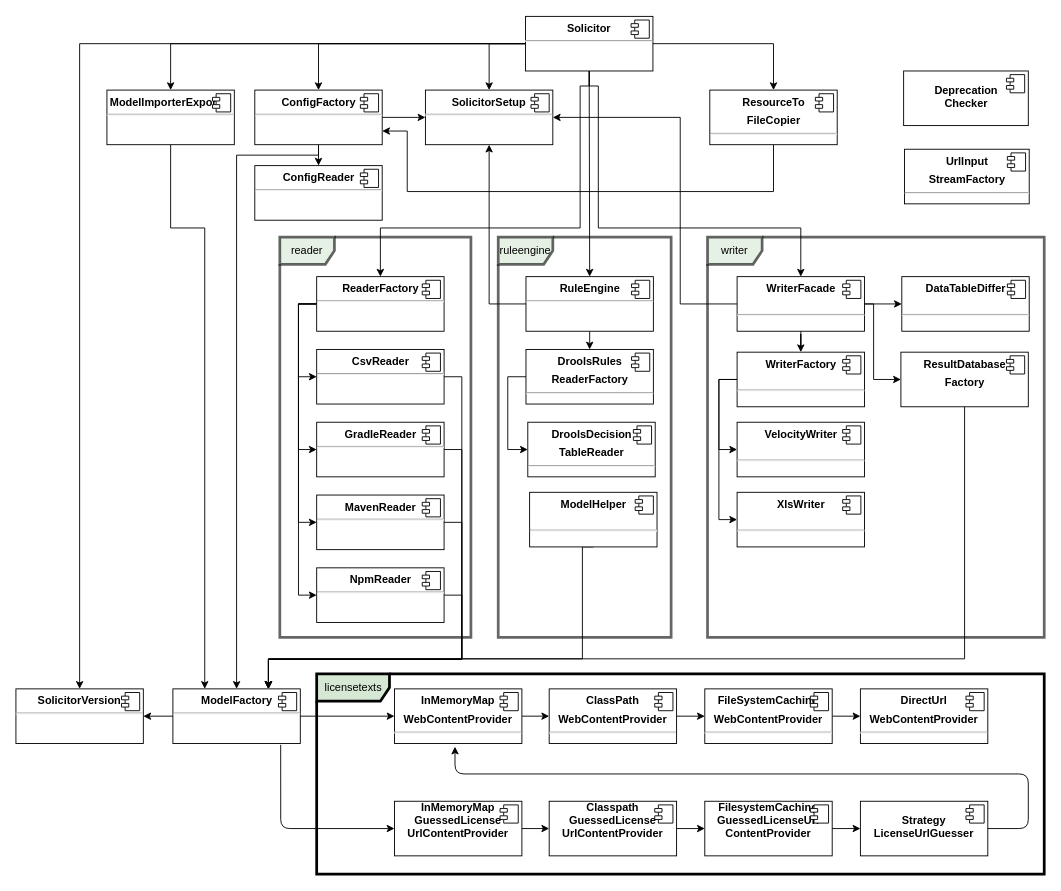
This is core/src/main/java/com/devonfw/tools/solicitor/doc-files/solicitor_beans.drawio from devonfw/solicitor, a draw.io file, before an edit. Source tidied: cells renumbered, new cells numbered last; positions are measured from the earlier drawing's top-left corner, leaving out a move shared by most shapes. Both pictures are drawn from the tidied source at 91%, with x=0, y=0 at pixel (15, 16).
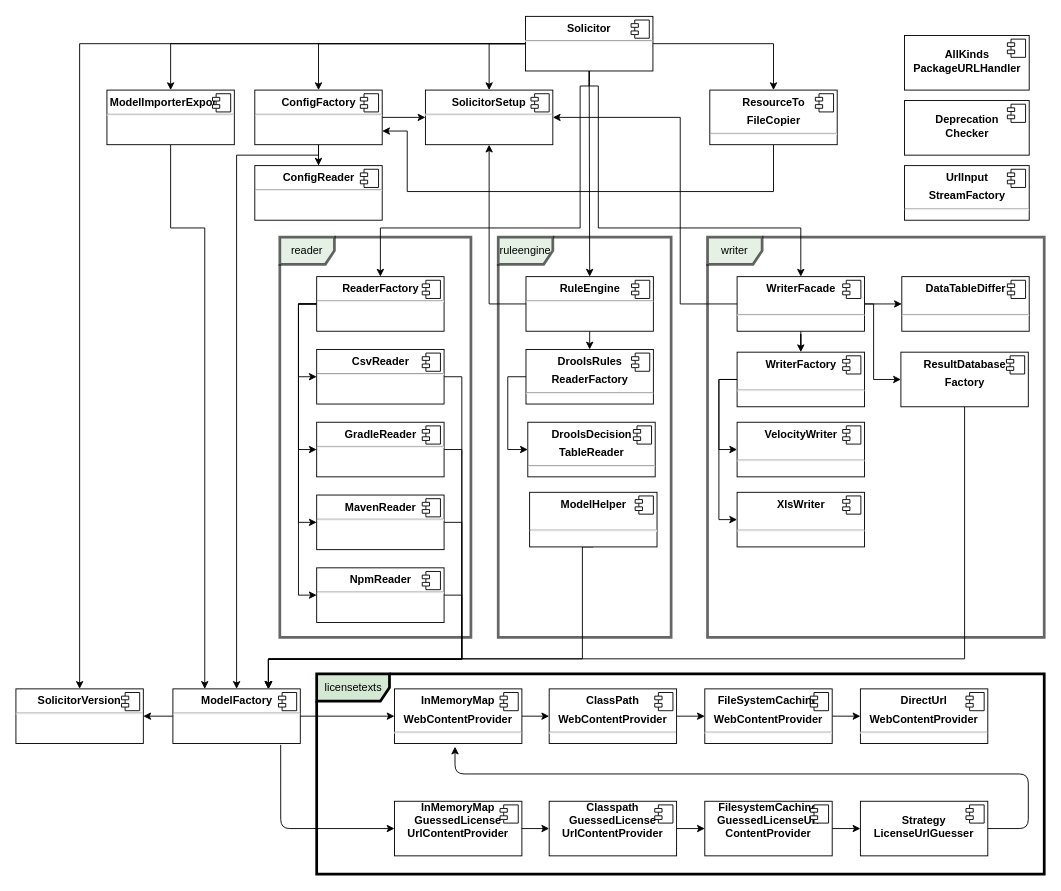
The same diagram, later.

What changed in the source:
```diff
@@
     <mxCell id="19" value="&lt;p style=&quot;margin: 0px ; margin-top: 6px ; text-align: center&quot;&gt;&lt;b&gt;UrlInput&lt;/b&gt;&lt;/p&gt;&lt;p style=&quot;margin: 0px ; margin-top: 6px ; text-align: center&quot;&gt;&lt;b&gt;StreamFactory&lt;/b&gt;&lt;br&gt;&lt;/p&gt;&lt;hr&gt;" style="align=left;overflow=fill;html=1;rotation=0;" parent="1" vertex="1">
-      <mxGeometry x="976.5" y="145.5" width="137" height="60" as="geometry" />
+      <mxGeometry x="976.5" y="163.5" width="137" height="60" as="geometry" />
     </mxCell>
@@
     <mxCell id="99" value="&lt;b&gt;&lt;br&gt;Deprecation&lt;br&gt;Checker&lt;br&gt;&lt;/b&gt;&lt;p style=&quot;margin: 6px 0px 0px&quot;&gt;&lt;/p&gt;" style="align=center;overflow=fill;html=1;rotation=0;verticalAlign=middle;" parent="1" vertex="1">
-      <mxGeometry x="975.5" y="59.5" width="137" height="60" as="geometry" />
+      <mxGeometry x="976.5" y="92" width="137" height="60" as="geometry" />
     </mxCell>
@@
+    <mxCell id="114" value="&lt;b&gt;&lt;br&gt;AllKinds&lt;br&gt;PackageURLHandler&lt;br&gt;&lt;br&gt;&lt;/b&gt;&lt;p style=&quot;margin: 6px 0px 0px&quot;&gt;&lt;/p&gt;" style="align=center;overflow=fill;html=1;rotation=0;verticalAlign=middle;" parent="1" vertex="1">
+      <mxGeometry x="976.5" y="20.5" width="137" height="60" as="geometry" />
+    </mxCell>
+    <mxCell id="115" style="shape=component;jettyWidth=8;jettyHeight=4;" parent="114" vertex="1">
+      <mxGeometry x="1" width="20" height="20" relative="1" as="geometry">
+        <mxPoint x="-24" y="4" as="offset" />
+      </mxGeometry>
+    </mxCell>
```
